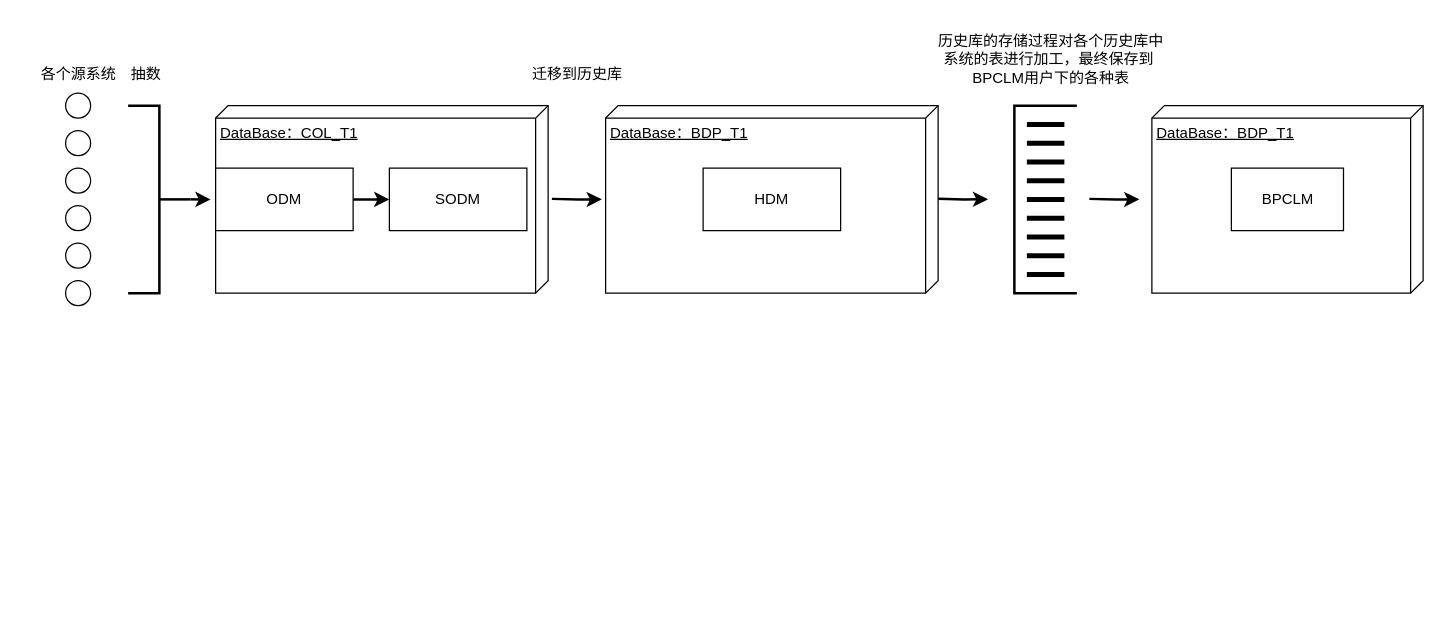
Xu-ShengJie/iodraw-files keeps this draw.io diagram as 未命名绘图1.drawio. Above is the earlier version. Source tidied: cells renumbered, new cells numbered last; positions are measured from the earlier drawing's top-left corner, leaving out a move shared by most shapes. Both pictures are drawn from the tidied source at 125%, with x=0, y=0 at pixel (28, 21).
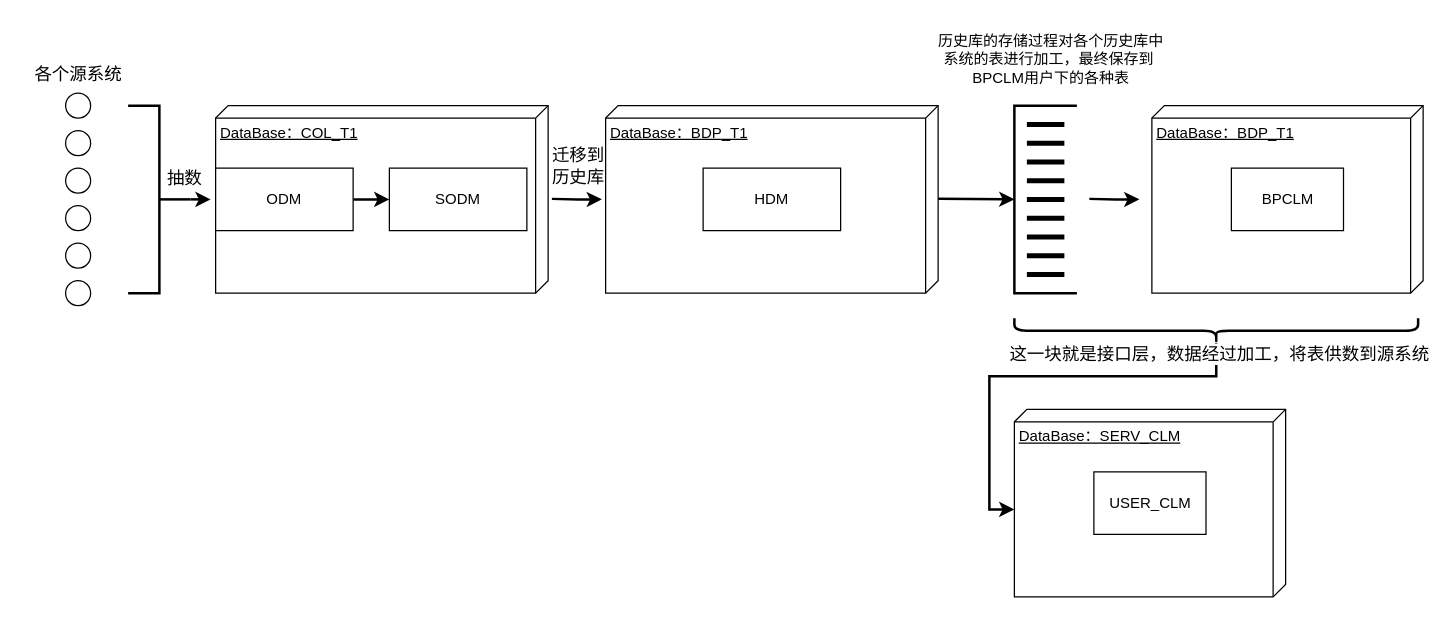
After the change.

Commit message (it also covers changes not shown here):
更新未命名绘图1.drawio

The change refers to these unchanged cells:
```xml
<mxCell id="13" style="group;" parent="1" vertex="1">
  <mxGeometry x="80" y="67" width="648" height="150" as="geometry" />
</mxCell>
<mxCell id="27" style="strokeWidth=2;html=1;shape=mxgraph.flowchart.annotation_1;align=left;" parent="26" vertex="1">
  <mxGeometry width="50" height="150" as="geometry" />
</mxCell>
```

Change to the diagram source:
```diff
@@
-    <mxCell id="12" value="各个源系统" style="text;html=1;align=center;verticalAlign=middle;strokeColor=none;fillColor=none;" parent="1" vertex="1">
-      <mxGeometry y="27" width="80" height="30" as="geometry" />
+    <mxCell id="12" value="&lt;font style=&quot;font-size: 14px;&quot;&gt;各个源系统&lt;/font&gt;" style="text;html=1;align=center;verticalAlign=middle;strokeColor=none;fillColor=none;" parent="1" vertex="1">
+      <mxGeometry x="-5" y="27" width="90" height="30" as="geometry" />
     </mxCell>
@@
+    <mxCell id="38" value="&lt;font style=&quot;font-size: 14px;&quot;&gt;抽数&lt;/font&gt;" style="text;html=1;align=center;verticalAlign=middle;strokeColor=none;fillColor=none;" parent="13" vertex="1">
+      <mxGeometry x="20" y="43" width="50" height="30" as="geometry" />
+    </mxCell>
+    <mxCell id="39" value="&lt;font style=&quot;font-size: 14px;&quot;&gt;迁移到&lt;/font&gt;&lt;div&gt;&lt;font style=&quot;font-size: 14px;&quot;&gt;历史库&lt;/font&gt;&lt;/div&gt;" style="text;html=1;align=center;verticalAlign=middle;strokeColor=none;fillColor=none;" parent="13" vertex="1">
+      <mxGeometry x="325" y="23" width="70" height="50" as="geometry" />
+    </mxCell>
@@
-    <mxCell id="25" style="edgeStyle=orthogonalEdgeStyle;rounded=0;orthogonalLoop=1;jettySize=auto;html=1;exitX=0;exitY=0.5;exitDx=0;exitDy=0;exitPerimeter=0;strokeWidth=2;" parent="1" edge="1">
+    <mxCell id="25" style="edgeStyle=orthogonalEdgeStyle;rounded=0;jettySize=auto;html=1;exitX=0;exitY=0.5;exitDx=0;exitDy=0;exitPerimeter=0;strokeWidth=2;entryX=0;entryY=0.5;entryDx=0;entryDy=0;entryPerimeter=0;" parent="1" edge="1" target="27">
       <mxGeometry relative="1" as="geometry">
         <mxPoint x="728" y="141.5" as="sourcePoint" />
-        <mxPoint x="768" y="141.9" as="targetPoint" />
       </mxGeometry>
     </mxCell>
@@
-    <mxCell id="38" value="抽数" style="text;html=1;align=center;verticalAlign=middle;strokeColor=none;fillColor=none;" parent="1" vertex="1">
-      <mxGeometry x="69" y="27" width="50" height="30" as="geometry" />
-    </mxCell>
-    <mxCell id="39" value="迁移到历史库" style="text;html=1;align=center;verticalAlign=middle;strokeColor=none;fillColor=none;" parent="1" vertex="1">
-      <mxGeometry x="389" y="27" width="100" height="30" as="geometry" />
-    </mxCell>
+    <mxCell id="40" style="shape=curlyBracket;whiteSpace=wrap;html=1;rounded=1;labelPosition=left;verticalLabelPosition=middle;align=right;verticalAlign=middle;rotation=-90;strokeWidth=2;" parent="1" vertex="1">
+      <mxGeometry x="940.5" y="85.5" width="20" height="323" as="geometry" />
+    </mxCell>
+    <mxCell id="41" style="group;" parent="1" vertex="1">
+      <mxGeometry x="789" y="310" width="217" height="150" as="geometry" />
+    </mxCell>
+    <mxCell id="42" value="DataBase：SERV_CLM&lt;div&gt;&lt;div&gt;&lt;br&gt;&lt;/div&gt;&lt;/div&gt;" style="verticalAlign=top;align=left;spacingTop=8;spacingLeft=2;spacingRight=12;shape=cube;size=10;direction=south;fontStyle=4;html=1;whiteSpace=wrap;" parent="41" vertex="1">
+      <mxGeometry width="217" height="150" as="geometry" />
+    </mxCell>
+    <mxCell id="43" value="USER_CLM" style="html=1;whiteSpace=wrap;" parent="41" vertex="1">
+      <mxGeometry x="63.6" y="50" width="89.7" height="50" as="geometry" />
+    </mxCell>
+    <mxCell id="44" style="edgeStyle=orthogonalEdgeStyle;rounded=0;jettySize=auto;html=1;entryX=0;entryY=0;entryDx=80;entryDy=217;entryPerimeter=0;strokeWidth=2;" parent="1" edge="1" source="40" target="42">
+      <mxGeometry relative="1" as="geometry" />
+    </mxCell>
+    <mxCell id="45" value="&lt;font style=&quot;font-size: 14px;&quot;&gt;这一块就是接口层，数据经过加工，将表供数到源系统&lt;/font&gt;" style="edgeLabel;html=1;align=center;verticalAlign=middle;" parent="44" vertex="1">
+      <mxGeometry x="-0.95" y="2" relative="1" as="geometry" />
+    </mxCell>
```
